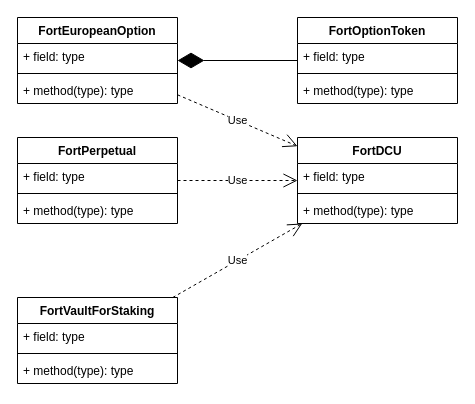
NEST-Protocol/NEST-PVM-V1.0 keeps this draw.io diagram as docs/structure.drawio. Above is the earlier version. Source tidied: cells renumbered, new cells numbered last; positions are measured from the earlier drawing's top-left corner, leaving out a move shared by most shapes. Both pictures are drawn from the tidied source at 100%, with x=0, y=0 at pixel (17, 17).
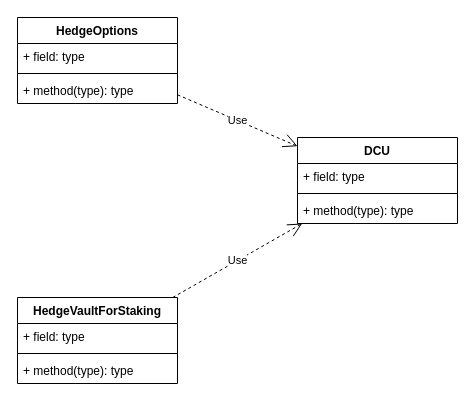
After the change.

Change to the diagram source:
```diff
@@
-    <mxCell id="2" value="FortEuropeanOption" style="swimlane;fontStyle=1;align=center;verticalAlign=top;horizontal=1;startSize=26;" parent="1" vertex="1">
+    <mxCell id="2" value="HedgeOptions" style="swimlane;fontStyle=1;align=center;verticalAlign=top;horizontal=1;startSize=26;" parent="1" vertex="1">
       <mxGeometry width="160" height="86" as="geometry" />
     </mxCell>
@@
-    <mxCell id="6" value="FortPerpetual" style="swimlane;fontStyle=1;align=center;verticalAlign=top;horizontal=1;startSize=26;" parent="1" vertex="1">
-      <mxGeometry y="120" width="160" height="86" as="geometry" />
-    </mxCell>
-    <mxCell id="7" value="+ field: type" style="text;strokeColor=none;fillColor=none;align=left;verticalAlign=top;spacingLeft=4;spacingRight=4;overflow=hidden;" parent="6" vertex="1">
-      <mxGeometry y="26" width="160" height="26" as="geometry" />
-    </mxCell>
-    <mxCell id="8" style="line;strokeWidth=1;fillColor=none;align=left;verticalAlign=middle;spacingTop=-1;spacingLeft=3;spacingRight=3;labelPosition=right;" parent="6" vertex="1">
-      <mxGeometry y="52" width="160" height="8" as="geometry" />
-    </mxCell>
-    <mxCell id="9" value="+ method(type): type" style="text;strokeColor=none;fillColor=none;align=left;verticalAlign=top;spacingLeft=4;spacingRight=4;overflow=hidden;" parent="6" vertex="1">
-      <mxGeometry y="60" width="160" height="26" as="geometry" />
-    </mxCell>
-    <mxCell id="10" style="endArrow=diamondThin;endFill=1;endSize=24;html=1;" parent="1" edge="1" source="11" target="2">
-      <mxGeometry relative="1" as="geometry" />
-    </mxCell>
-    <mxCell id="11" value="FortOptionToken" style="swimlane;fontStyle=1;align=center;verticalAlign=top;horizontal=1;startSize=26;" parent="1" vertex="1">
-      <mxGeometry x="280" width="160" height="86" as="geometry" />
-    </mxCell>
-    <mxCell id="12" value="+ field: type" style="text;strokeColor=none;fillColor=none;align=left;verticalAlign=top;spacingLeft=4;spacingRight=4;overflow=hidden;" parent="11" vertex="1">
-      <mxGeometry y="26" width="160" height="26" as="geometry" />
-    </mxCell>
-    <mxCell id="13" style="line;strokeWidth=1;fillColor=none;align=left;verticalAlign=middle;spacingTop=-1;spacingLeft=3;spacingRight=3;labelPosition=right;" parent="11" vertex="1">
-      <mxGeometry y="52" width="160" height="8" as="geometry" />
-    </mxCell>
-    <mxCell id="14" value="+ method(type): type" style="text;strokeColor=none;fillColor=none;align=left;verticalAlign=top;spacingLeft=4;spacingRight=4;overflow=hidden;" parent="11" vertex="1">
-      <mxGeometry y="60" width="160" height="26" as="geometry" />
-    </mxCell>
-    <mxCell id="15" value="FortDCU" style="swimlane;fontStyle=1;align=center;verticalAlign=top;horizontal=1;startSize=26;" parent="1" vertex="1">
+    <mxCell id="15" value="DCU" style="swimlane;fontStyle=1;align=center;verticalAlign=top;horizontal=1;startSize=26;" parent="1" vertex="1">
       <mxGeometry x="280" y="120" width="160" height="86" as="geometry" />
     </mxCell>
@@
-    <mxCell id="20" value="Use" style="endArrow=open;endSize=12;dashed=1;html=1;" parent="1" edge="1" source="6" target="15">
-      <mxGeometry relative="1" as="geometry" />
-    </mxCell>
-    <mxCell id="21" value="FortVaultForStaking" style="swimlane;fontStyle=1;align=center;verticalAlign=top;horizontal=1;startSize=26;" parent="1" vertex="1">
+    <mxCell id="21" value="HedgeVaultForStaking" style="swimlane;fontStyle=1;align=center;verticalAlign=top;horizontal=1;startSize=26;" parent="1" vertex="1">
       <mxGeometry y="280" width="160" height="86" as="geometry" />
     </mxCell>
```
